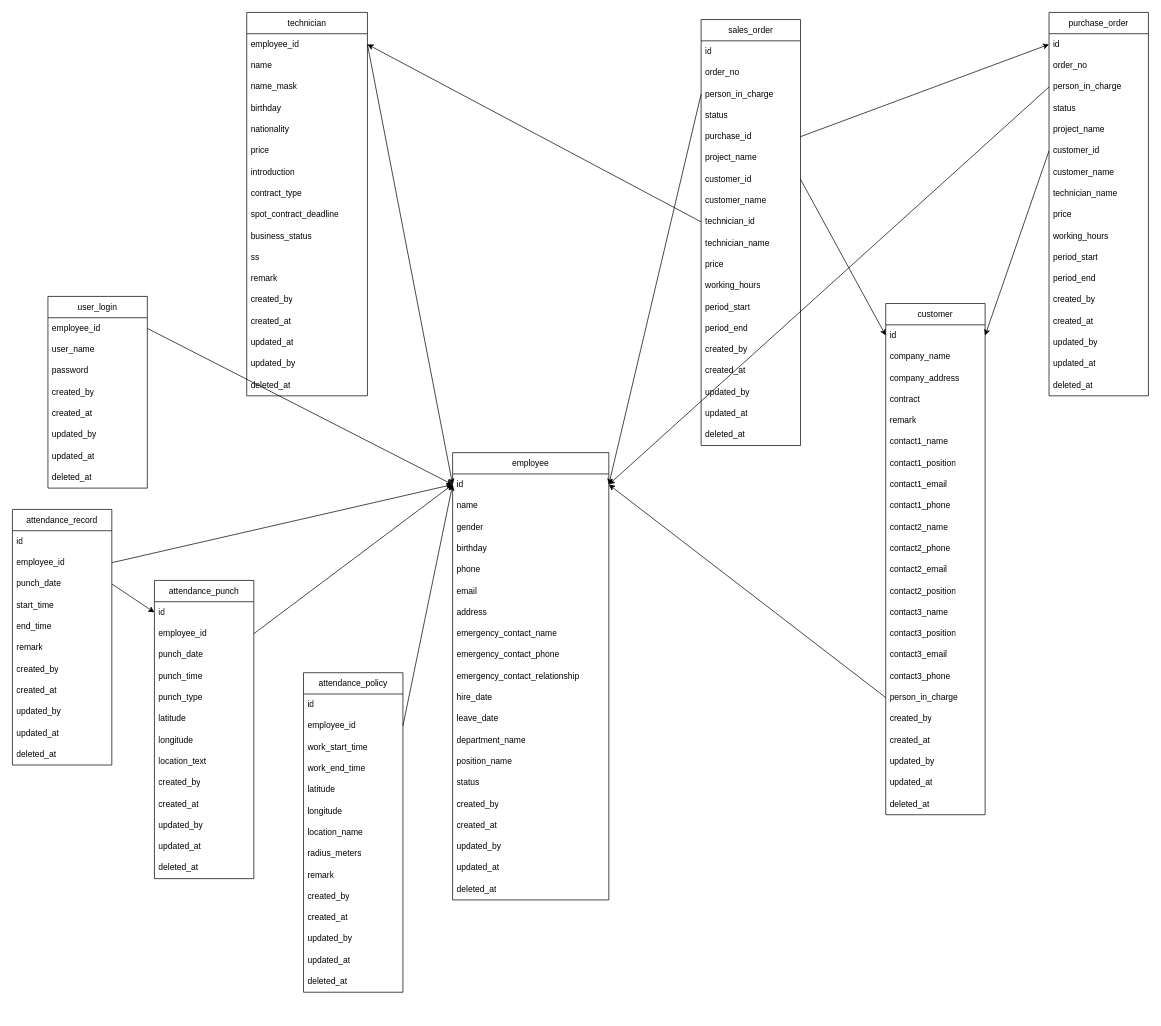
Before: ER.drawio in s1991721/MatchSys, a draw.io diagram. Source tidied: cells renumbered, new cells numbered last; positions are measured from the earlier drawing's top-left corner, leaving out a move shared by most shapes. Both pictures are drawn from the tidied source at 71%, with x=0, y=0 at pixel (12, 12).
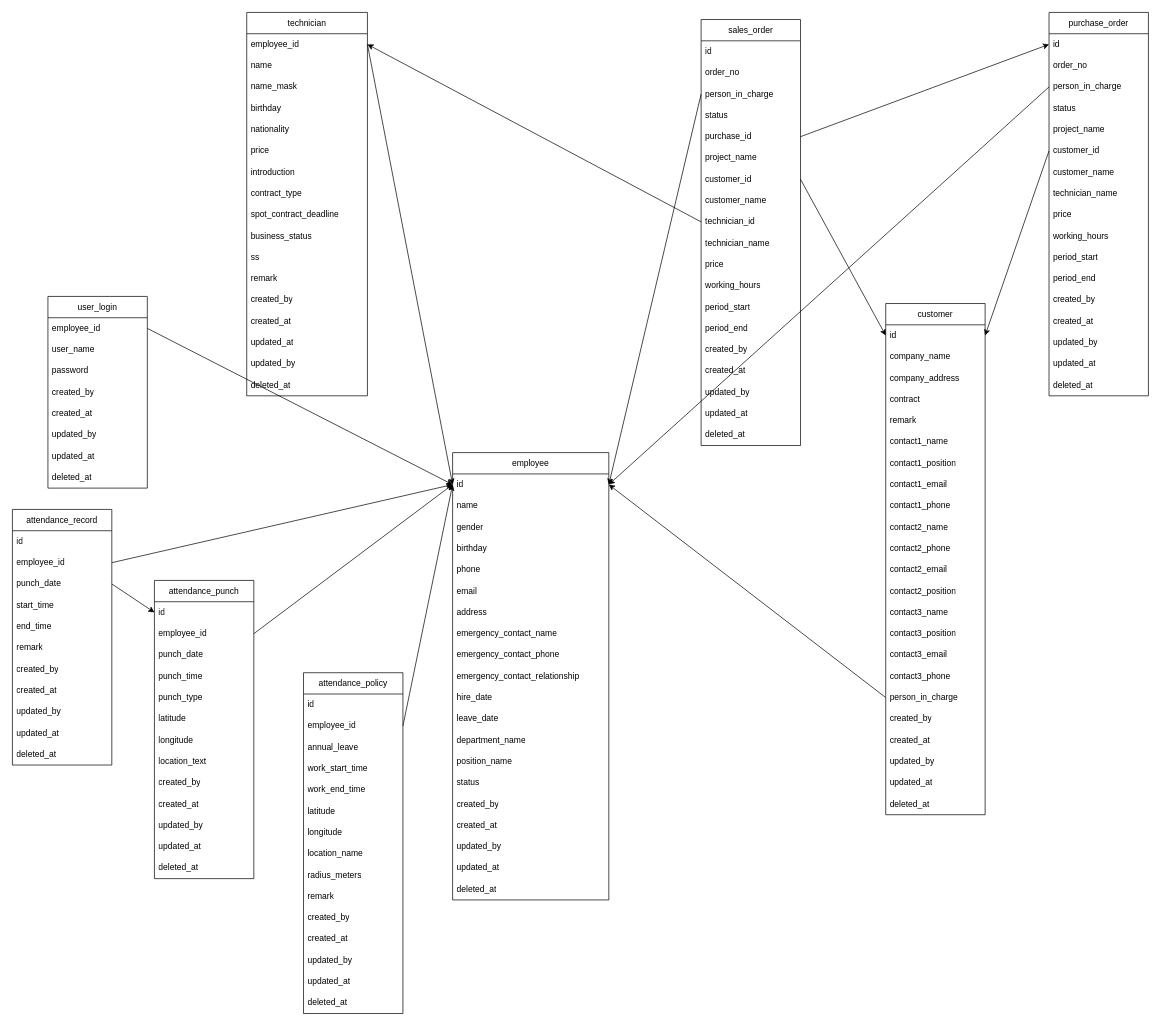
The same page after the edit.

The edit, as a diff of the source:
```diff
@@
     <mxCell id="81" value="attendance_policy" style="swimlane;fontStyle=0;horizontal=1;startSize=30;whiteSpace=wrap;html=1;" parent="1" vertex="1">
-      <mxGeometry x="410" y="930" width="140" height="450" as="geometry" />
+      <mxGeometry x="410" y="930" width="140" height="480" as="geometry" />
     </mxCell>
@@
+    <mxCell id="166" value="annual_leave" style="text;strokeColor=none;fillColor=none;align=left;verticalAlign=middle;spacingLeft=4;spacingRight=4;overflow=hidden;whiteSpace=wrap;html=1;" parent="81" vertex="1">
+      <mxGeometry y="90" width="140" height="30" as="geometry" />
+    </mxCell>
     <mxCell id="84" value="&lt;div style=&quot;text-align: center;&quot;&gt;&lt;span style=&quot;background-color: transparent;&quot;&gt;work_start_time&lt;/span&gt;&lt;/div&gt;" style="text;strokeColor=none;fillColor=none;align=left;verticalAlign=middle;spacingLeft=4;spacingRight=4;overflow=hidden;whiteSpace=wrap;html=1;" parent="81" vertex="1">
-      <mxGeometry y="90" width="140" height="30" as="geometry" />
+      <mxGeometry y="120" width="140" height="30" as="geometry" />
     </mxCell>
     <mxCell id="85" value="work_end_time&amp;nbsp;" style="text;strokeColor=none;fillColor=none;align=left;verticalAlign=middle;spacingLeft=4;spacingRight=4;overflow=hidden;whiteSpace=wrap;html=1;" parent="81" vertex="1">
-      <mxGeometry y="120" width="140" height="30" as="geometry" />
+      <mxGeometry y="150" width="140" height="30" as="geometry" />
     </mxCell>
     <mxCell id="86" value="latitude" style="text;strokeColor=none;fillColor=none;align=left;verticalAlign=middle;spacingLeft=4;spacingRight=4;overflow=hidden;whiteSpace=wrap;html=1;" parent="81" vertex="1">
-      <mxGeometry y="150" width="140" height="30" as="geometry" />
+      <mxGeometry y="180" width="140" height="30" as="geometry" />
     </mxCell>
     <mxCell id="87" value="longitude" style="text;strokeColor=none;fillColor=none;align=left;verticalAlign=middle;spacingLeft=4;spacingRight=4;overflow=hidden;whiteSpace=wrap;html=1;" parent="81" vertex="1">
-      <mxGeometry y="180" width="140" height="30" as="geometry" />
+      <mxGeometry y="210" width="140" height="30" as="geometry" />
     </mxCell>
     <mxCell id="88" value="location_name" style="text;strokeColor=none;fillColor=none;align=left;verticalAlign=middle;spacingLeft=4;spacingRight=4;overflow=hidden;whiteSpace=wrap;html=1;" parent="81" vertex="1">
-      <mxGeometry y="210" width="140" height="30" as="geometry" />
+      <mxGeometry y="240" width="140" height="30" as="geometry" />
     </mxCell>
     <mxCell id="89" value="radius_meters" style="text;strokeColor=none;fillColor=none;align=left;verticalAlign=middle;spacingLeft=4;spacingRight=4;overflow=hidden;whiteSpace=wrap;html=1;" parent="81" vertex="1">
-      <mxGeometry y="240" width="140" height="30" as="geometry" />
+      <mxGeometry y="270" width="140" height="30" as="geometry" />
     </mxCell>
     <mxCell id="90" value="remark" style="text;strokeColor=none;fillColor=none;align=left;verticalAlign=middle;spacingLeft=4;spacingRight=4;overflow=hidden;whiteSpace=wrap;html=1;" parent="81" vertex="1">
-      <mxGeometry y="270" width="140" height="30" as="geometry" />
+      <mxGeometry y="300" width="140" height="30" as="geometry" />
     </mxCell>
     <mxCell id="91" value="created_by" style="text;strokeColor=none;fillColor=none;align=left;verticalAlign=middle;spacingLeft=4;spacingRight=4;overflow=hidden;whiteSpace=wrap;html=1;" parent="81" vertex="1">
-      <mxGeometry y="300" width="140" height="30" as="geometry" />
+      <mxGeometry y="330" width="140" height="30" as="geometry" />
     </mxCell>
     <mxCell id="92" value="created_at" style="text;strokeColor=none;fillColor=none;align=left;verticalAlign=middle;spacingLeft=4;spacingRight=4;overflow=hidden;whiteSpace=wrap;html=1;" parent="81" vertex="1">
-      <mxGeometry y="330" width="140" height="30" as="geometry" />
+      <mxGeometry y="360" width="140" height="30" as="geometry" />
     </mxCell>
     <mxCell id="93" value="updated_by" style="text;strokeColor=none;fillColor=none;align=left;verticalAlign=middle;spacingLeft=4;spacingRight=4;overflow=hidden;whiteSpace=wrap;html=1;" parent="81" vertex="1">
-      <mxGeometry y="360" width="140" height="30" as="geometry" />
+      <mxGeometry y="390" width="140" height="30" as="geometry" />
     </mxCell>
     <mxCell id="94" value="updated_at" style="text;strokeColor=none;fillColor=none;align=left;verticalAlign=middle;spacingLeft=4;spacingRight=4;overflow=hidden;whiteSpace=wrap;html=1;" parent="81" vertex="1">
-      <mxGeometry y="390" width="140" height="30" as="geometry" />
+      <mxGeometry y="420" width="140" height="30" as="geometry" />
     </mxCell>
     <mxCell id="95" value="deleted_at" style="text;strokeColor=none;fillColor=none;align=left;verticalAlign=middle;spacingLeft=4;spacingRight=4;overflow=hidden;whiteSpace=wrap;html=1;" parent="81" vertex="1">
-      <mxGeometry y="420" width="140" height="30" as="geometry" />
+      <mxGeometry y="450" width="140" height="30" as="geometry" />
     </mxCell>
```
